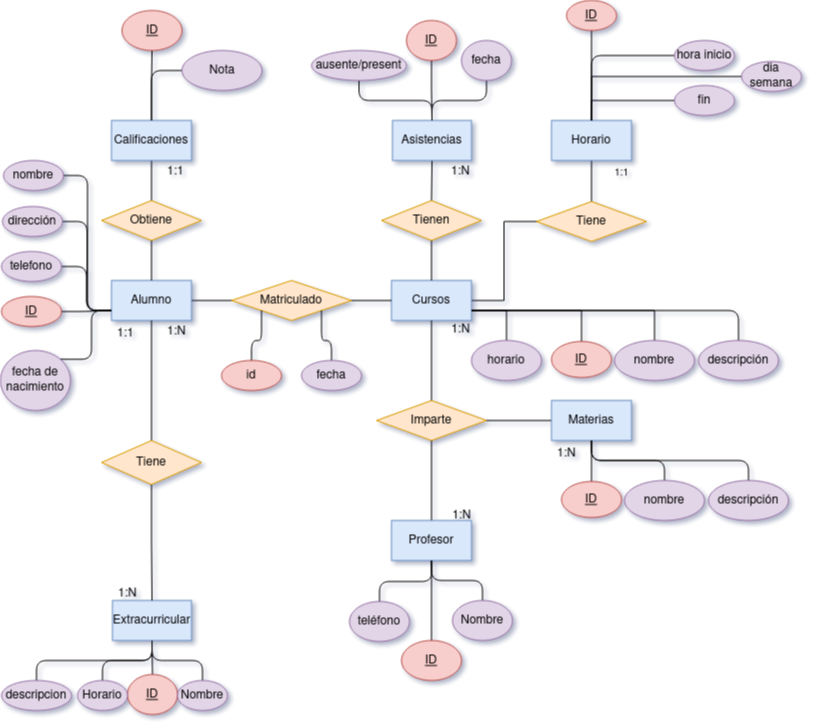
toninavhd/Base-datos keeps this draw.io diagram as Unidad-1/Tareas/Tarea_evaluable1/tareaentregable.drawio.png. Above is the earlier version. Source tidied: cells renumbered, new cells last; positions are measured from the earlier drawing's top-left corner, leaving out a move shared by most shapes.
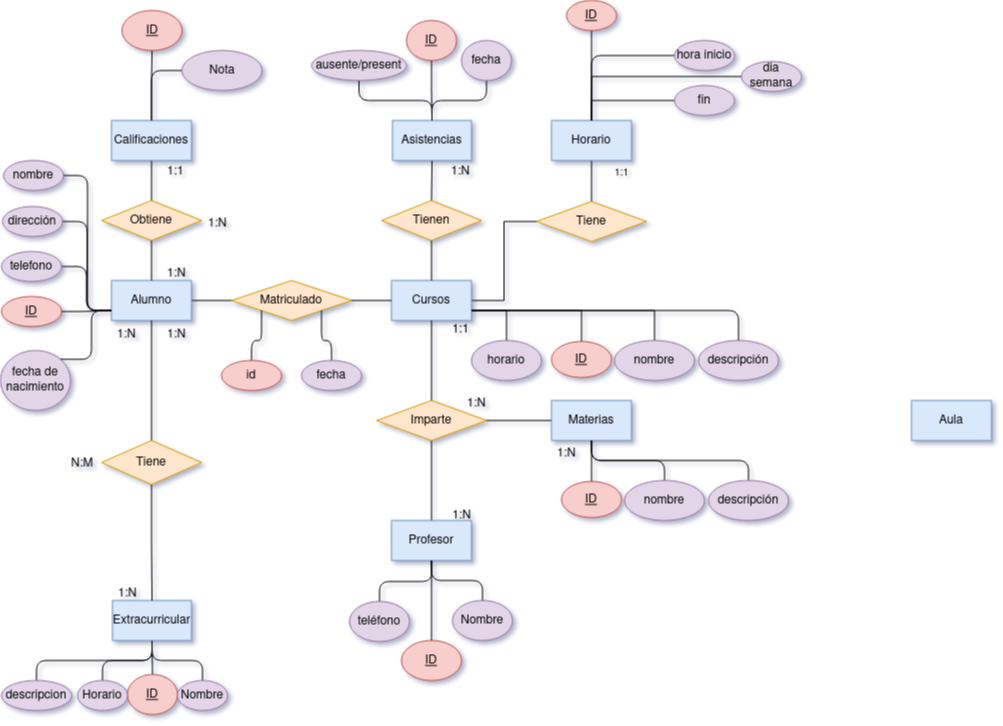
After the change.

The edit, as a diff of the source:
```diff
@@ -279,7 +279,7 @@
     <mxCell id="89" value="1:N" style="text;html=1;align=center;verticalAlign=middle;strokeColor=none;fillColor=none;" parent="1" vertex="1">
       <mxGeometry x="441" y="500" width="40" height="30" as="geometry" />
     </mxCell>
-    <mxCell id="90" value="1:N" style="text;html=1;align=center;verticalAlign=middle;strokeColor=none;fillColor=none;" parent="1" vertex="1">
+    <mxCell id="90" value="1:1" style="text;html=1;align=center;verticalAlign=middle;strokeColor=none;fillColor=none;" parent="1" vertex="1">
       <mxGeometry x="440" y="314" width="40" height="30" as="geometry" />
     </mxCell>
     <mxCell id="91" value="&lt;sup&gt;1:1&lt;/sup&gt;" style="text;html=1;align=center;verticalAlign=middle;strokeColor=none;fillColor=none;" parent="1" vertex="1">
@@ -291,17 +291,32 @@
     <mxCell id="93" value="1:N" style="text;strokeColor=none;fillColor=none;spacingLeft=4;spacingRight=4;overflow=hidden;fontSize=12;whiteSpace=wrap;html=1;" parent="1" vertex="1">
       <mxGeometry x="112" y="580" width="40" height="30" as="geometry" />
     </mxCell>
-    <mxCell id="94" value="1:1" style="text;strokeColor=none;fillColor=none;spacingLeft=4;spacingRight=4;overflow=hidden;fontSize=12;whiteSpace=wrap;html=1;" parent="1" vertex="1">
-      <mxGeometry x="111" y="320" width="40" height="30" as="geometry" />
-    </mxCell>
     <mxCell id="95" value="1:1" style="text;strokeColor=none;fillColor=none;spacingLeft=4;spacingRight=4;overflow=hidden;fontSize=12;whiteSpace=wrap;html=1;" parent="1" vertex="1">
       <mxGeometry x="161" y="158" width="40" height="30" as="geometry" />
     </mxCell>
     <mxCell id="96" value="1:N" style="text;strokeColor=none;fillColor=none;spacingLeft=4;spacingRight=4;overflow=hidden;fontSize=12;whiteSpace=wrap;html=1;" parent="1" vertex="1">
-      <mxGeometry x="161" y="318" width="40" height="30" as="geometry" />
+      <mxGeometry x="161" y="321" width="40" height="30" as="geometry" />
     </mxCell>
     <mxCell id="97" value="1:N" style="text;strokeColor=none;fillColor=none;spacingLeft=4;spacingRight=4;overflow=hidden;fontSize=12;whiteSpace=wrap;html=1;" parent="1" vertex="1">
       <mxGeometry x="551" y="440" width="40" height="30" as="geometry" />
     </mxCell>
+    <mxCell id="98" value="Aula" style="whiteSpace=wrap;html=1;fillColor=#dae8fc;strokeColor=#6c8ebf;" parent="1" vertex="1">
+      <mxGeometry x="911" y="400" width="80" height="40" as="geometry" />
+    </mxCell>
+    <mxCell id="99" value="1:N" style="text;strokeColor=none;fillColor=none;spacingLeft=4;spacingRight=4;overflow=hidden;fontSize=12;whiteSpace=wrap;html=1;" parent="1" vertex="1">
+      <mxGeometry x="111" y="321" width="40" height="30" as="geometry" />
+    </mxCell>
+    <mxCell id="100" value="N:M" style="text;strokeColor=none;fillColor=none;spacingLeft=4;spacingRight=4;overflow=hidden;fontSize=12;whiteSpace=wrap;html=1;" parent="1" vertex="1">
+      <mxGeometry x="65" y="450" width="40" height="30" as="geometry" />
+    </mxCell>
+    <mxCell id="101" value="1:N" style="text;strokeColor=none;fillColor=none;spacingLeft=4;spacingRight=4;overflow=hidden;fontSize=12;whiteSpace=wrap;html=1;" parent="1" vertex="1">
+      <mxGeometry x="461" y="390" width="40" height="30" as="geometry" />
+    </mxCell>
+    <mxCell id="102" value="1:N" style="text;strokeColor=none;fillColor=none;spacingLeft=4;spacingRight=4;overflow=hidden;fontSize=12;whiteSpace=wrap;html=1;" parent="1" vertex="1">
+      <mxGeometry x="161" y="260" width="40" height="30" as="geometry" />
+    </mxCell>
+    <mxCell id="103" value="1:N" style="text;strokeColor=none;fillColor=none;spacingLeft=4;spacingRight=4;overflow=hidden;fontSize=12;whiteSpace=wrap;html=1;" parent="1" vertex="1">
+      <mxGeometry x="201.5" y="210" width="40" height="30" as="geometry" />
+    </mxCell>
   </root>
 </mxGraphModel>
```
